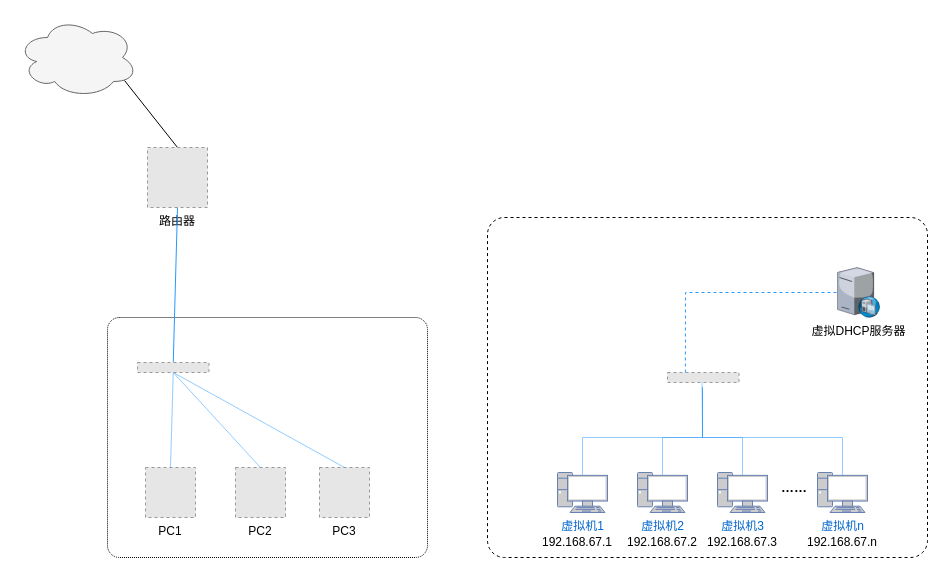
Before: drawio/虚拟机网络原理—仅主机模式.drawio in hezhuma/image-repo, a draw.io diagram. Source tidied: cells renumbered, new cells numbered last; positions are measured from the earlier drawing's top-left corner, leaving out a move shared by most shapes. Both pictures are drawn from the tidied source at 100%, with x=0, y=0 at pixel (17, 17). Pictures stored in the file or linked from it are replaced by grey dashed boxes.
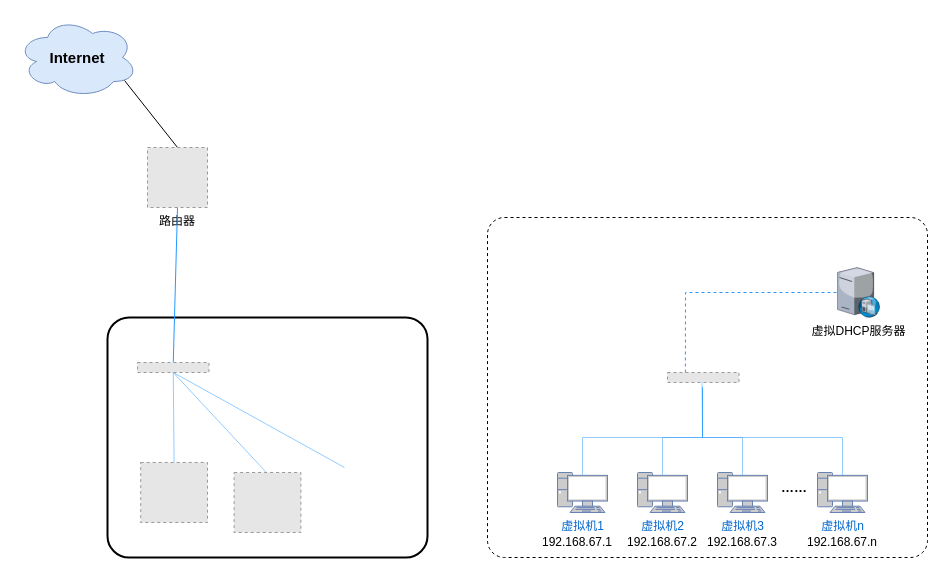
Above is the later version.

Commit message (it also covers changes not shown here):
Update 虚拟机网络原理—仅主机模式.drawio

The change refers to these unchanged cells:
```xml
<mxCell id="25" style="fillColor=#E6E6E6;strokeColor=#999999;dashed=1;verticalLabelPosition=bottom;labelBackgroundColor=default;verticalAlign=top;" parent="1" vertex="1">
  <mxGeometry x="120" y="345" width="71.5" height="10" as="geometry" />
</mxCell>
```

Diff of the diagram source:
```diff
@@
-    <mxCell id="2" style="ellipse;shape=cloud;whiteSpace=wrap;html=1;fillColor=#f5f5f5;strokeColor=#666666;fontColor=#333333;" parent="1" vertex="1">
+    <mxCell id="2" value="&lt;font style=&quot;font-size: 15px;&quot;&gt;&lt;b&gt;Internet&lt;/b&gt;&lt;/font&gt;" style="ellipse;shape=cloud;whiteSpace=wrap;html=1;fillColor=#dae8fc;strokeColor=#6c8ebf;" parent="1" vertex="1">
       <mxGeometry width="120" height="80" as="geometry" />
     </mxCell>
-    <mxCell id="3" style="rounded=1;whiteSpace=wrap;html=1;arcSize=5;strokeWidth=1;dashed=1;dashPattern=1 1;" parent="1" vertex="1">
+    <mxCell id="3" style="rounded=1;whiteSpace=wrap;html=1;arcSize=9;strokeWidth=2;" parent="1" vertex="1">
       <mxGeometry x="90" y="300" width="320" height="240" as="geometry" />
     </mxCell>
@@
-    <mxCell id="6" value="PC1" style="fillColor=#E6E6E6;strokeColor=#999999;dashed=1;verticalLabelPosition=bottom;labelBackgroundColor=default;verticalAlign=top;" parent="1" vertex="1">
-      <mxGeometry x="128" y="450" width="50" height="50" as="geometry" />
-    </mxCell>
@@
-    <mxCell id="8" value="PC2" style="fillColor=#E6E6E6;strokeColor=#999999;dashed=1;verticalLabelPosition=bottom;labelBackgroundColor=default;verticalAlign=top;" parent="1" vertex="1">
-      <mxGeometry x="218" y="450" width="50" height="50" as="geometry" />
-    </mxCell>
-    <mxCell id="9" value="PC3" style="fillColor=#E6E6E6;strokeColor=#999999;dashed=1;verticalLabelPosition=bottom;labelBackgroundColor=default;verticalAlign=top;" parent="1" vertex="1">
-      <mxGeometry x="302" y="450" width="50" height="50" as="geometry" />
-    </mxCell>
@@
-    <mxCell id="11" style="endArrow=none;html=1;rounded=0;entryX=0.5;entryY=1;entryDx=0;entryDy=0;exitX=0.5;exitY=0;exitDx=0;exitDy=0;strokeColor=#2499FF;strokeWidth=0.5;" parent="1" edge="1" source="6" target="25">
+    <mxCell id="11" style="endArrow=none;html=1;rounded=0;entryX=0.5;entryY=1;entryDx=0;entryDy=0;exitX=0.5;exitY=0;exitDx=0;exitDy=0;strokeColor=#2499FF;strokeWidth=0.5;" parent="1" edge="1" source="31" target="25">
       <mxGeometry relative="1" as="geometry" />
     </mxCell>
-    <mxCell id="12" style="endArrow=none;html=1;rounded=0;entryX=0.5;entryY=1;entryDx=0;entryDy=0;exitX=0.5;exitY=0;exitDx=0;exitDy=0;strokeColor=#2499FF;strokeWidth=0.5;" parent="1" edge="1" source="8" target="25">
-      <mxGeometry relative="1" as="geometry" />
+    <mxCell id="12" style="endArrow=none;html=1;rounded=0;entryX=0.5;entryY=1;entryDx=0;entryDy=0;exitX=0.5;exitY=0;exitDx=0;exitDy=0;strokeColor=#2499FF;strokeWidth=0.5;" parent="1" edge="1" target="25">
+      <mxGeometry relative="1" as="geometry">
+        <mxPoint x="248.9" y="455" as="sourcePoint" />
+      </mxGeometry>
     </mxCell>
-    <mxCell id="13" style="endArrow=none;html=1;rounded=0;entryX=0.5;entryY=1;entryDx=0;entryDy=0;exitX=0.5;exitY=0;exitDx=0;exitDy=0;strokeColor=#2499FF;strokeWidth=0.5;" parent="1" edge="1" source="9" target="25">
-      <mxGeometry relative="1" as="geometry" />
+    <mxCell id="13" style="endArrow=none;html=1;rounded=0;entryX=0.5;entryY=1;entryDx=0;entryDy=0;exitX=0.5;exitY=0;exitDx=0;exitDy=0;strokeColor=#2499FF;strokeWidth=0.5;" parent="1" edge="1" target="25">
+      <mxGeometry relative="1" as="geometry">
+        <mxPoint x="327" y="450" as="sourcePoint" />
+      </mxGeometry>
     </mxCell>
@@
+    <mxCell id="31" style="fillColor=#E6E6E6;strokeColor=#999999;dashed=1;verticalLabelPosition=bottom;labelBackgroundColor=default;verticalAlign=top;" parent="1" vertex="1">
+      <mxGeometry x="123.2" y="445" width="66.8" height="60" as="geometry" />
+    </mxCell>
+    <mxCell id="32" style="fillColor=#E6E6E6;strokeColor=#999999;dashed=1;verticalLabelPosition=bottom;labelBackgroundColor=default;verticalAlign=top;" parent="1" vertex="1">
+      <mxGeometry x="216.6" y="455" width="66.8" height="60" as="geometry" />
+    </mxCell>
```
